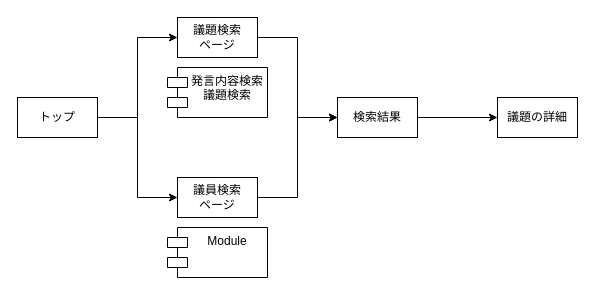
Earlier version of the draw.io diagram Untitled Diagram.drawio (tukuhuse/myportfolio). Source tidied: cells renumbered, new cells numbered last; positions are measured from the earlier drawing's top-left corner, leaving out a move shared by most shapes. Both pictures are drawn from the tidied source at 100%, with x=0, y=0 at pixel (17, 17).
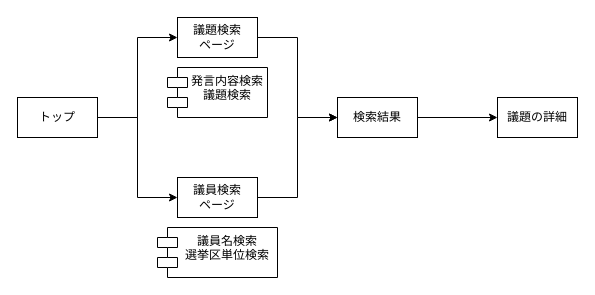
The same diagram, later.

Commit message:
Untitled Diagram.drawio を更新します

Diff of the diagram source:
```diff
@@
 <mxGraphModel>
   <root>
     <mxCell id="0" />
     <mxCell id="1" parent="0" />
     <mxCell id="2" style="edgeStyle=orthogonalEdgeStyle;rounded=0;jettySize=auto;html=1;entryX=0;entryY=0.5;entryDx=0;entryDy=0;" parent="1" edge="1" source="4" target="8">
       <mxGeometry relative="1" as="geometry" />
     </mxCell>
     <mxCell id="3" style="edgeStyle=orthogonalEdgeStyle;rounded=0;jettySize=auto;html=1;entryX=0;entryY=0.5;entryDx=0;entryDy=0;" parent="1" edge="1" source="4" target="6">
       <mxGeometry relative="1" as="geometry" />
     </mxCell>
     <mxCell id="4" value="トップ" style="rounded=0;whiteSpace=wrap;html=1;" parent="1" vertex="1">
       <mxGeometry y="80" width="80" height="40" as="geometry" />
     </mxCell>
     <mxCell id="5" style="edgeStyle=orthogonalEdgeStyle;rounded=0;jettySize=auto;html=1;entryX=0;entryY=0.5;entryDx=0;entryDy=0;" parent="1" edge="1" source="6" target="10">
       <mxGeometry relative="1" as="geometry" />
     </mxCell>
     <mxCell id="6" value="議員検索&lt;br&gt;ページ" style="rounded=0;whiteSpace=wrap;html=1;" parent="1" vertex="1">
       <mxGeometry x="160" y="160" width="80" height="40" as="geometry" />
     </mxCell>
     <mxCell id="7" style="edgeStyle=orthogonalEdgeStyle;rounded=0;jettySize=auto;html=1;entryX=0;entryY=0.5;entryDx=0;entryDy=0;" parent="1" edge="1" source="8" target="10">
       <mxGeometry relative="1" as="geometry" />
     </mxCell>
     <mxCell id="8" value="議題検索&lt;br&gt;ページ" style="rounded=0;whiteSpace=wrap;html=1;" parent="1" vertex="1">
       <mxGeometry x="160" width="80" height="40" as="geometry" />
     </mxCell>
     <mxCell id="9" style="edgeStyle=orthogonalEdgeStyle;rounded=0;jettySize=auto;html=1;" parent="1" edge="1" source="10" target="11">
       <mxGeometry relative="1" as="geometry" />
     </mxCell>
     <mxCell id="10" value="検索結果" style="rounded=0;whiteSpace=wrap;html=1;" parent="1" vertex="1">
       <mxGeometry x="320" y="80" width="80" height="40" as="geometry" />
     </mxCell>
     <mxCell id="11" value="議題の詳細" style="rounded=0;whiteSpace=wrap;html=1;" parent="1" vertex="1">
       <mxGeometry x="480" y="80" width="80" height="40" as="geometry" />
     </mxCell>
     <mxCell id="12" style="edgeStyle=orthogonalEdgeStyle;rounded=0;orthogonalLoop=1;jettySize=auto;html=1;exitX=0.5;exitY=1;exitDx=0;exitDy=0;exitPerimeter=0;" parent="1" edge="1">
       <mxGeometry relative="1" as="geometry">
         <mxPoint x="200" y="130" as="sourcePoint" />
         <mxPoint x="200" y="130" as="targetPoint" />
       </mxGeometry>
     </mxCell>
     <mxCell id="13" value="発言内容検索&#10;議題検索" style="shape=module;align=left;spacingLeft=20;align=center;verticalAlign=top;" parent="1" vertex="1">
       <mxGeometry x="150" y="50" width="100" height="50" as="geometry" />
     </mxCell>
-    <mxCell id="14" value="Module" style="shape=module;align=left;spacingLeft=20;align=center;verticalAlign=top;" parent="1" vertex="1">
-      <mxGeometry x="150" y="210" width="100" height="50" as="geometry" />
+    <mxCell id="14" value="議員名検索&#10;選挙区単位検索" style="shape=module;align=left;spacingLeft=20;align=center;verticalAlign=top;" parent="1" vertex="1">
+      <mxGeometry x="140" y="210" width="120" height="50" as="geometry" />
     </mxCell>
   </root>
 </mxGraphModel>
```
